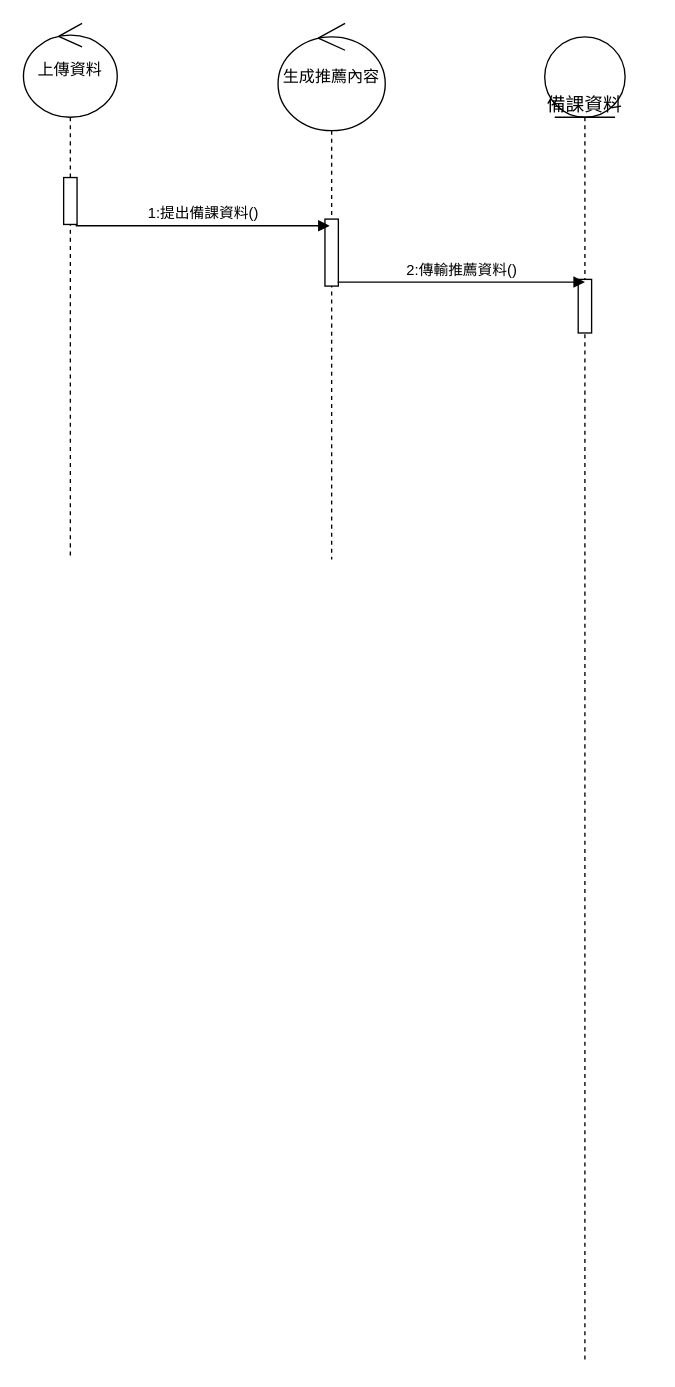
Above: page "老師身分" (1 of 2) of 循序圖(建議資料).drawio in Kevincheng0804/System-analysis (draw.io), before the change. Source tidied: cells renumbered, new cells numbered last; positions are measured from the earlier drawing's top-left corner, leaving out a move shared by most shapes. Both pictures are drawn from the tidied source at 134%, with x=0, y=0 at pixel (23, 23).
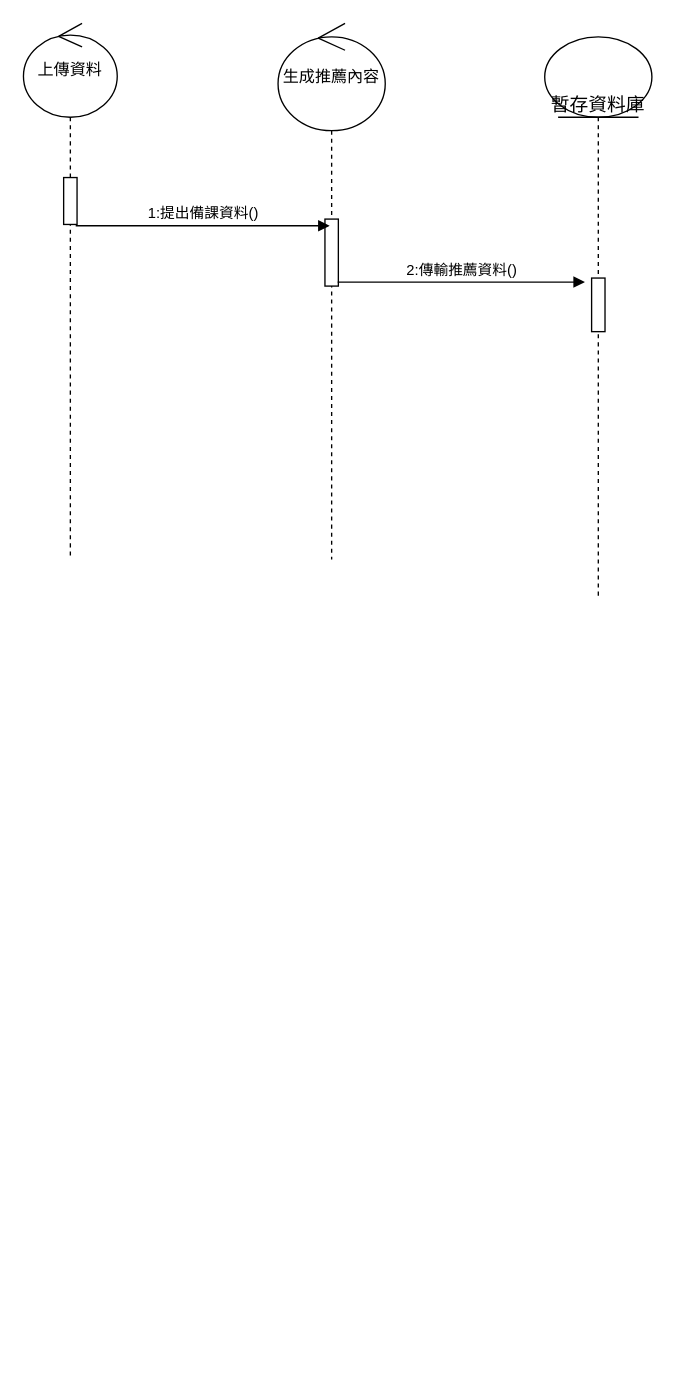
Above is the later version.

Change to the diagram source:
```diff
@@
 <mxGraphModel>
   <root>
     <mxCell id="0" />
     <mxCell id="1" parent="0" />
     <mxCell id="2" value="上傳資料" style="shape=umlLifeline;perimeter=lifelinePerimeter;whiteSpace=wrap;html=1;newEdgeStyle={&quot;curved&quot;:0,&quot;rounded&quot;:0};participant=umlControl;size=70;" parent="1" vertex="1">
       <mxGeometry width="70" height="400" as="geometry" />
     </mxCell>
     <mxCell id="3" style="html=1;perimeter=orthogonalPerimeter;targetShapes=umlLifeline;newEdgeStyle={&quot;curved&quot;:0,&quot;rounded&quot;:0};" parent="2" vertex="1">
       <mxGeometry x="30" y="115" width="10" height="35" as="geometry" />
     </mxCell>
     <mxCell id="4" value="生成推薦內容" style="shape=umlLifeline;perimeter=lifelinePerimeter;whiteSpace=wrap;html=1;newEdgeStyle={&quot;curved&quot;:0,&quot;rounded&quot;:0};participant=umlControl;size=80;" parent="1" vertex="1">
       <mxGeometry x="190" width="80" height="400" as="geometry" />
     </mxCell>
     <mxCell id="5" style="html=1;perimeter=orthogonalPerimeter;targetShapes=umlLifeline;newEdgeStyle={&quot;curved&quot;:0,&quot;rounded&quot;:0};" parent="4" vertex="1">
       <mxGeometry x="35" y="146" width="10" height="50" as="geometry" />
     </mxCell>
     <mxCell id="6" value="1:提出備課資料()" style="html=1;verticalAlign=bottom;startArrow=none;startFill=0;endArrow=block;startSize=8;" parent="1" edge="1">
       <mxGeometry relative="1" as="geometry">
         <mxPoint x="39" y="151" as="sourcePoint" />
         <mxPoint x="228.5" y="151" as="targetPoint" />
       </mxGeometry>
     </mxCell>
-    <mxCell id="7" value="備課資料" style="shape=umlLifeline;participant=umlEntity;perimeter=lifelinePerimeter;whiteSpace=wrap;html=1;verticalAlign=top;spacingTop=36;fontSize=14;size=60;" parent="1" vertex="1">
-      <mxGeometry x="389" y="10" width="60" height="990" as="geometry" />
+    <mxCell id="7" value="暫存資料庫" style="shape=umlLifeline;participant=umlEntity;perimeter=lifelinePerimeter;whiteSpace=wrap;html=1;verticalAlign=top;spacingTop=36;fontSize=14;size=60;" parent="1" vertex="1">
+      <mxGeometry x="389" y="10" width="80" height="420" as="geometry" />
     </mxCell>
     <mxCell id="8" style="html=1;perimeter=orthogonalPerimeter;" parent="7" vertex="1">
-      <mxGeometry x="25" y="181" width="10" height="40" as="geometry" />
+      <mxGeometry x="35" y="180" width="10" height="40" as="geometry" />
     </mxCell>
     <mxCell id="9" value="2:傳輸推薦資料()" style="html=1;verticalAlign=bottom;startArrow=none;startFill=0;endArrow=block;startSize=8;" parent="1" edge="1">
       <mxGeometry relative="1" as="geometry">
         <mxPoint x="234.5" y="193" as="sourcePoint" />
         <mxPoint x="419" y="193" as="targetPoint" />
       </mxGeometry>
     </mxCell>
   </root>
 </mxGraphModel>
```
